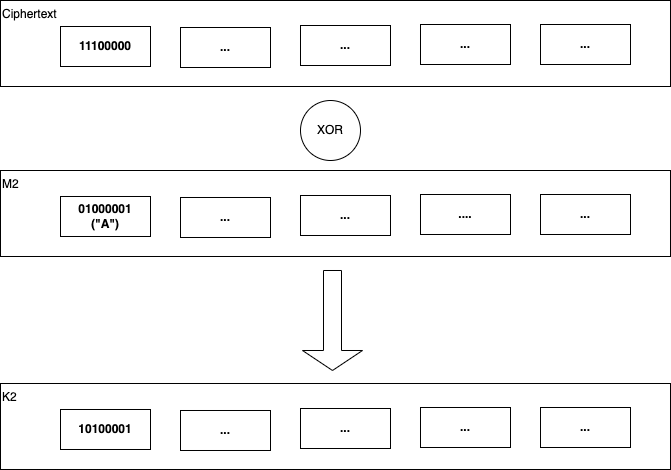
Earlier version of the draw.io export docs/posts/4/k2.drawio.png (msedzins/mywebsite). Source tidied: cells renumbered, new cells last; positions are measured from the earlier drawing's top-left corner, leaving out a move shared by most shapes.
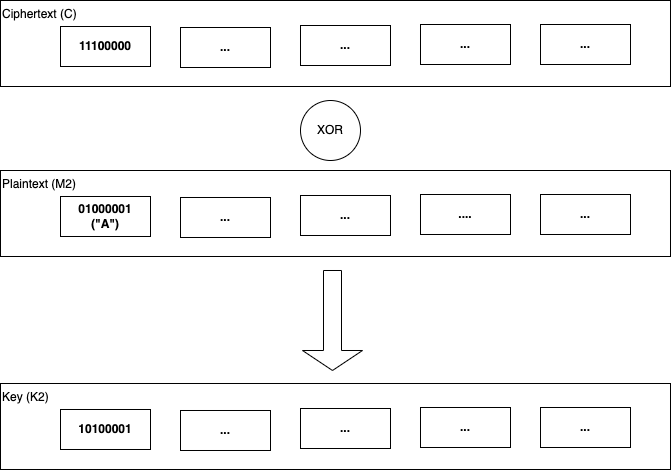
After the commit.

The edit, as a diff of the source:
```diff
@@ -2,7 +2,7 @@
   <root>
     <mxCell id="0" />
     <mxCell id="1" parent="0" />
-    <mxCell id="2" value="Ciphertext" style="rounded=0;whiteSpace=wrap;html=1;align=left;verticalAlign=top;" parent="1" vertex="1">
+    <mxCell id="2" value="Ciphertext (C)" style="rounded=0;whiteSpace=wrap;html=1;align=left;verticalAlign=top;" parent="1" vertex="1">
       <mxGeometry width="670" height="86" as="geometry" />
     </mxCell>
     <mxCell id="3" value="&lt;b style=&quot;border-color: var(--border-color);&quot;&gt;11100000&lt;/b&gt;" style="rounded=0;whiteSpace=wrap;html=1;" parent="1" vertex="1">
@@ -20,7 +20,7 @@
     <mxCell id="7" value="&lt;b&gt;...&lt;/b&gt;" style="rounded=0;whiteSpace=wrap;html=1;" parent="1" vertex="1">
       <mxGeometry x="540" y="24" width="90" height="40" as="geometry" />
     </mxCell>
-    <mxCell id="8" value="M2" style="rounded=0;whiteSpace=wrap;html=1;align=left;verticalAlign=top;" parent="1" vertex="1">
+    <mxCell id="8" value="Plaintext (M2)" style="rounded=0;whiteSpace=wrap;html=1;align=left;verticalAlign=top;" parent="1" vertex="1">
       <mxGeometry y="170" width="670" height="86" as="geometry" />
     </mxCell>
     <mxCell id="9" value="&lt;b&gt;01000001&lt;br&gt;(&quot;A&quot;)&lt;/b&gt;" style="rounded=0;whiteSpace=wrap;html=1;" parent="1" vertex="1">
@@ -38,7 +38,7 @@
     <mxCell id="13" value="&lt;b&gt;...&lt;br&gt;&lt;/b&gt;" style="rounded=0;whiteSpace=wrap;html=1;" parent="1" vertex="1">
       <mxGeometry x="540" y="194" width="90" height="40" as="geometry" />
     </mxCell>
-    <mxCell id="14" value="K2" style="rounded=0;whiteSpace=wrap;html=1;align=left;verticalAlign=top;" parent="1" vertex="1">
+    <mxCell id="14" value="Key (K2)" style="rounded=0;whiteSpace=wrap;html=1;align=left;verticalAlign=top;" parent="1" vertex="1">
       <mxGeometry y="383" width="670" height="86" as="geometry" />
     </mxCell>
     <mxCell id="15" value="&lt;b&gt;10100001&lt;/b&gt;" style="rounded=0;whiteSpace=wrap;html=1;" parent="1" vertex="1">
```
